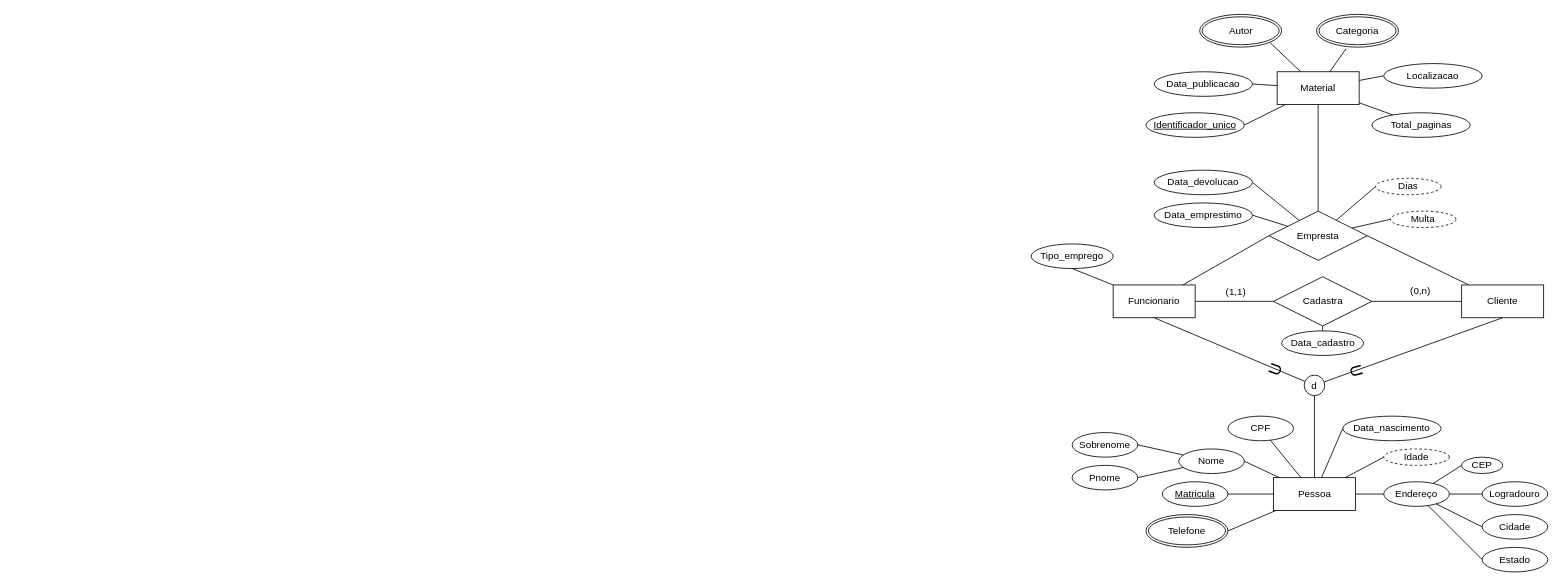
Above: DER_Biblioteca.drawio in robsonsan/DER_biblioteca (draw.io), before the change. Source tidied: cells renumbered, new cells numbered last; positions are measured from the earlier drawing's top-left corner, leaving out a move shared by most shapes. Both pictures are drawn from the tidied source at 82%, with x=0, y=0 at pixel (1031, 14).
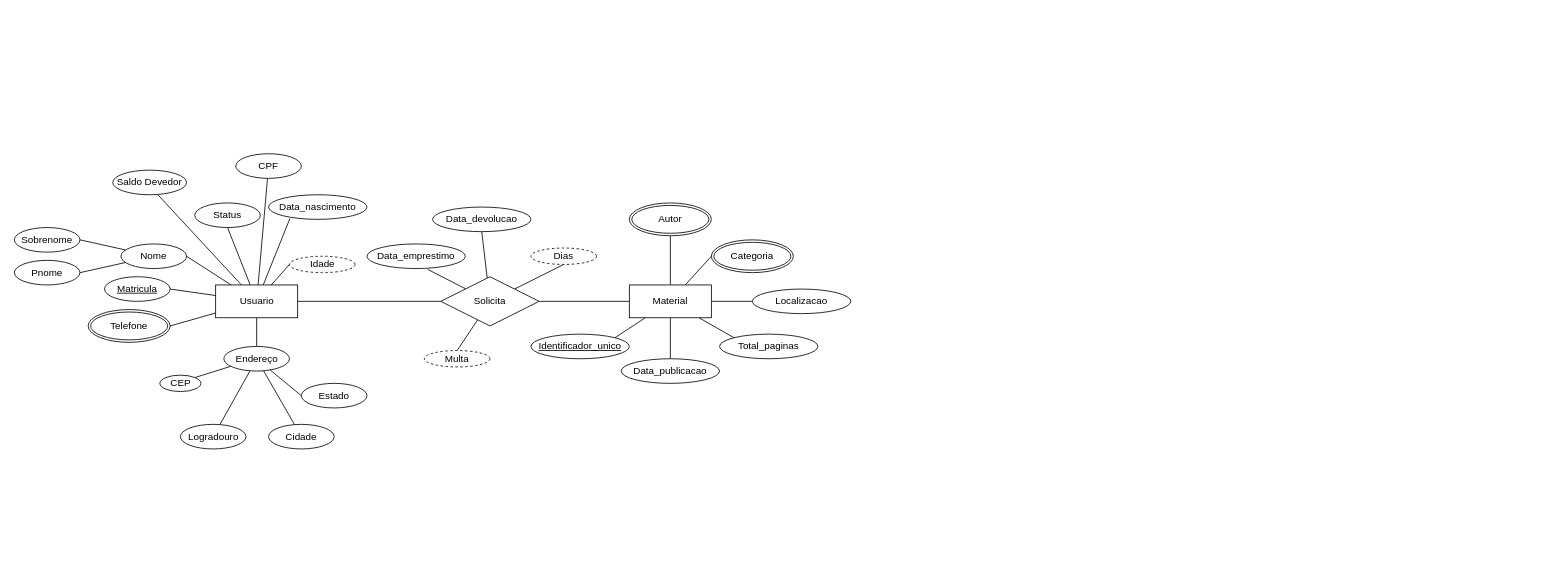
The same page after the edit.

Commit message:
Simplificando DER

The edit, as a diff of the source:
```diff
@@
-    <mxCell id="2" value="Tipo_emprego" style="ellipse;whiteSpace=wrap;html=1;" parent="1" vertex="1">
-      <mxGeometry y="280" width="100" height="30" as="geometry" />
-    </mxCell>
+    <mxCell id="49" style="edgeStyle=none;rounded=0;jettySize=auto;html=1;entryX=0.617;entryY=1.033;entryDx=0;entryDy=0;entryPerimeter=0;endArrow=none;endFill=0;" parent="1" edge="1" source="53" target="67">
+      <mxGeometry relative="1" as="geometry" />
+    </mxCell>
+    <mxCell id="50" style="edgeStyle=none;rounded=0;jettySize=auto;html=1;entryX=0.5;entryY=1;entryDx=0;entryDy=0;endArrow=none;endFill=0;" parent="1" edge="1" source="53" target="68">
+      <mxGeometry relative="1" as="geometry" />
+    </mxCell>
+    <mxCell id="51" style="edgeStyle=none;rounded=0;jettySize=auto;html=1;entryX=0.5;entryY=1;entryDx=0;entryDy=0;endArrow=none;endFill=0;" parent="1" edge="1" source="53" target="69">
+      <mxGeometry relative="1" as="geometry" />
+    </mxCell>
+    <mxCell id="52" style="edgeStyle=none;rounded=0;jettySize=auto;html=1;entryX=0.5;entryY=0;entryDx=0;entryDy=0;endArrow=none;endFill=0;" parent="1" edge="1" source="53" target="70">
+      <mxGeometry relative="1" as="geometry" />
+    </mxCell>
+    <mxCell id="48" style="edgeStyle=none;rounded=0;jettySize=auto;html=1;entryX=0;entryY=0.5;entryDx=0;entryDy=0;endArrow=none;endFill=0;" parent="1" edge="1" source="53" target="60">
+      <mxGeometry relative="1" as="geometry" />
+    </mxCell>
+    <mxCell id="53" value="Solicita" style="shape=rhombus;perimeter=rhombusPerimeter;whiteSpace=wrap;html=1;align=center;fontSize=12;" parent="1" vertex="1">
+      <mxGeometry x="-720" y="320" width="120" height="60" as="geometry" />
+    </mxCell>
+    <mxCell id="67" value="Data_emprestimo" style="ellipse;whiteSpace=wrap;html=1;" parent="1" vertex="1">
+      <mxGeometry x="-810" y="280" width="120" height="30" as="geometry" />
+    </mxCell>
+    <mxCell id="68" value="Data_devolucao" style="ellipse;whiteSpace=wrap;html=1;" parent="1" vertex="1">
+      <mxGeometry x="-730" y="235" width="120" height="30" as="geometry" />
+    </mxCell>
+    <mxCell id="69" value="Dias" style="ellipse;whiteSpace=wrap;html=1;align=center;dashed=1;fontSize=12;" parent="1" vertex="1">
+      <mxGeometry x="-610" y="285" width="80" height="20" as="geometry" />
+    </mxCell>
+    <mxCell id="70" value="Multa" style="ellipse;whiteSpace=wrap;html=1;align=center;dashed=1;fontSize=12;" parent="1" vertex="1">
+      <mxGeometry x="-740" y="410" width="80" height="20" as="geometry" />
+    </mxCell>
     <mxCell id="3" value="CPF" style="ellipse;whiteSpace=wrap;html=1;fontStyle=0;" parent="1" vertex="1">
-      <mxGeometry x="240" y="490" width="80" height="30" as="geometry" />
+      <mxGeometry x="-970" y="170" width="80" height="30" as="geometry" />
     </mxCell>
@@
+    <mxCell id="27" style="edgeStyle=none;rounded=0;jettySize=auto;html=1;entryX=0.5;entryY=0;entryDx=0;entryDy=0;endArrow=none;endFill=0;" parent="1" edge="1" source="5" target="26">
+      <mxGeometry relative="1" as="geometry" />
+    </mxCell>
+    <mxCell id="71" style="edgeStyle=none;rounded=0;jettySize=auto;html=1;entryX=0;entryY=0.5;entryDx=0;entryDy=0;endArrow=none;endFill=0;" parent="1" edge="1" source="5" target="53">
+      <mxGeometry relative="1" as="geometry" />
+    </mxCell>
+    <mxCell id="25" style="edgeStyle=none;rounded=0;jettySize=auto;html=1;entryX=0.217;entryY=0.967;entryDx=0;entryDy=0;entryPerimeter=0;endArrow=none;endFill=0;" parent="1" edge="1" source="5" target="24">
+      <mxGeometry relative="1" as="geometry" />
+    </mxCell>
+    <mxCell id="72" style="edgeStyle=none;rounded=0;jettySize=auto;html=1;entryX=0.5;entryY=1;entryDx=0;entryDy=0;endArrow=none;endFill=0;" parent="1" edge="1" source="5" target="74">
+      <mxGeometry relative="1" as="geometry" />
+    </mxCell>
+    <mxCell id="73" style="edgeStyle=none;rounded=0;jettySize=auto;html=1;entryX=0.611;entryY=1;entryDx=0;entryDy=0;entryPerimeter=0;endArrow=none;endFill=0;" parent="1" edge="1" source="5" target="75">
+      <mxGeometry relative="1" as="geometry" />
+    </mxCell>
-    <mxCell id="5" value="Pessoa" style="whiteSpace=wrap;html=1;align=center;" parent="1" vertex="1">
-      <mxGeometry x="295.5" y="565" width="100" height="40" as="geometry" />
+    <mxCell id="5" value="Usuario" style="whiteSpace=wrap;html=1;align=center;" parent="1" vertex="1">
+      <mxGeometry x="-994.5" y="330" width="100" height="40" as="geometry" />
     </mxCell>
-    <mxCell id="6" style="edgeStyle=none;rounded=1;sketch=0;jumpStyle=none;jettySize=auto;html=1;entryX=0.5;entryY=1;entryDx=0;entryDy=0;fontSize=12;startArrow=none;startFill=0;endArrow=none;endFill=0;strokeColor=default;" parent="1" edge="1" source="8" target="2">
-      <mxGeometry relative="1" as="geometry" />
-    </mxCell>
-    <mxCell id="7" style="edgeStyle=none;rounded=1;sketch=0;jumpStyle=none;jettySize=auto;html=1;entryX=0;entryY=0.5;entryDx=0;entryDy=0;fontSize=12;startArrow=none;startFill=0;endArrow=none;endFill=0;strokeColor=default;" parent="1" edge="1" source="8" target="53">
-      <mxGeometry relative="1" as="geometry" />
-    </mxCell>
-    <mxCell id="8" value="Funcionario" style="whiteSpace=wrap;html=1;align=center;" parent="1" vertex="1">
-      <mxGeometry x="100" y="330" width="100" height="40" as="geometry" />
-    </mxCell>
-    <mxCell id="9" style="edgeStyle=none;rounded=0;sketch=0;jumpStyle=none;jettySize=auto;html=1;entryX=0.5;entryY=1;entryDx=0;entryDy=0;startArrow=none;startFill=0;endArrow=none;endFill=0;strokeColor=default;" parent="1" edge="1" source="10" target="8">
-      <mxGeometry relative="1" as="geometry" />
-    </mxCell>
-    <mxCell id="10" value="d" style="ellipse;whiteSpace=wrap;html=1;" parent="1" vertex="1">
-      <mxGeometry x="333" y="440" width="25" height="25" as="geometry" />
-    </mxCell>
-    <mxCell id="11" style="edgeStyle=none;rounded=0;sketch=0;jumpStyle=none;jettySize=auto;html=1;startArrow=none;startFill=0;endArrow=none;endFill=0;strokeColor=default;entryX=0.5;entryY=1;entryDx=0;entryDy=0;" parent="1" edge="1" source="5" target="10">
-      <mxGeometry relative="1" as="geometry" />
-    </mxCell>
-    <mxCell id="12" style="edgeStyle=none;rounded=1;sketch=0;jumpStyle=none;jettySize=auto;html=1;entryX=1;entryY=0.5;entryDx=0;entryDy=0;fontSize=12;startArrow=none;startFill=0;endArrow=none;endFill=0;strokeColor=default;" parent="1" edge="1" source="14" target="42">
-      <mxGeometry relative="1" as="geometry" />
-    </mxCell>
-    <mxCell id="13" style="edgeStyle=none;rounded=1;sketch=0;jumpStyle=none;jettySize=auto;html=1;entryX=1;entryY=0.5;entryDx=0;entryDy=0;fontSize=12;startArrow=none;startFill=0;endArrow=none;endFill=0;strokeColor=default;" parent="1" edge="1" source="14" target="53">
-      <mxGeometry relative="1" as="geometry" />
-    </mxCell>
-    <mxCell id="14" value="Cliente" style="whiteSpace=wrap;html=1;align=center;" parent="1" vertex="1">
-      <mxGeometry x="525" y="330" width="100" height="40" as="geometry" />
-    </mxCell>
-    <mxCell id="15" style="edgeStyle=none;rounded=0;sketch=0;jumpStyle=none;jettySize=auto;html=1;entryX=0.5;entryY=1;entryDx=0;entryDy=0;startArrow=none;startFill=0;endArrow=none;endFill=0;strokeColor=default;" parent="1" edge="1" source="10" target="14">
-      <mxGeometry relative="1" as="geometry" />
-    </mxCell>
-    <mxCell id="16" value="U" style="text;html=1;strokeColor=none;fillColor=none;align=center;verticalAlign=middle;whiteSpace=wrap;rounded=0;fontSize=20;rotation=75;" parent="1" vertex="1">
-      <mxGeometry x="358" y="420" width="80" height="30" as="geometry" />
-    </mxCell>
-    <mxCell id="17" value="U" style="text;html=1;strokeColor=none;fillColor=none;align=center;verticalAlign=middle;whiteSpace=wrap;rounded=0;fontSize=20;rotation=-70;" parent="1" vertex="1">
-      <mxGeometry x="257" y="418" width="80" height="30" as="geometry" />
-    </mxCell>
     <mxCell id="18" value="Nome" style="ellipse;whiteSpace=wrap;html=1;fontStyle=0;" parent="1" vertex="1">
-      <mxGeometry x="180" y="530" width="80" height="30" as="geometry" />
+      <mxGeometry x="-1110" y="280" width="80" height="30" as="geometry" />
     </mxCell>
@@
     <mxCell id="20" value="Pnome" style="ellipse;whiteSpace=wrap;html=1;fontStyle=0;" parent="1" vertex="1">
-      <mxGeometry x="50" y="550" width="80" height="30" as="geometry" />
+      <mxGeometry x="-1240" y="300" width="80" height="30" as="geometry" />
     </mxCell>
@@
     <mxCell id="22" value="Sobrenome" style="ellipse;whiteSpace=wrap;html=1;fontStyle=0;" parent="1" vertex="1">
-      <mxGeometry x="50" y="510" width="80" height="30" as="geometry" />
+      <mxGeometry x="-1240" y="260" width="80" height="30" as="geometry" />
     </mxCell>
@@
     <mxCell id="24" value="Data_nascimento" style="ellipse;whiteSpace=wrap;html=1;fontStyle=0;" parent="1" vertex="1">
-      <mxGeometry x="380" y="490" width="120" height="30" as="geometry" />
+      <mxGeometry x="-930" y="220" width="120" height="30" as="geometry" />
     </mxCell>
-    <mxCell id="25" style="edgeStyle=none;rounded=1;sketch=0;jumpStyle=none;jettySize=auto;html=1;entryX=0;entryY=0.5;entryDx=0;entryDy=0;fontSize=12;startArrow=none;startFill=0;endArrow=none;endFill=0;strokeColor=default;" parent="1" edge="1" source="5" target="24">
-      <mxGeometry relative="1" as="geometry" />
-    </mxCell>
+    <mxCell id="31" style="rounded=0;jettySize=auto;html=1;entryX=1;entryY=0;entryDx=0;entryDy=0;endArrow=none;endFill=0;" parent="1" edge="1" source="26" target="30">
+      <mxGeometry relative="1" as="geometry" />
+    </mxCell>
+    <mxCell id="33" style="edgeStyle=none;rounded=0;jettySize=auto;html=1;endArrow=none;endFill=0;" parent="1" edge="1" source="26" target="32">
+      <mxGeometry relative="1" as="geometry" />
+    </mxCell>
     <mxCell id="26" value="Endereço" style="ellipse;whiteSpace=wrap;html=1;fontStyle=0;" parent="1" vertex="1">
-      <mxGeometry x="430" y="570" width="80" height="30" as="geometry" />
+      <mxGeometry x="-984.5" y="405" width="80" height="30" as="geometry" />
     </mxCell>
-    <mxCell id="27" style="edgeStyle=none;rounded=1;sketch=0;jumpStyle=none;jettySize=auto;html=1;entryX=0;entryY=0.5;entryDx=0;entryDy=0;fontSize=12;startArrow=none;startFill=0;endArrow=none;endFill=0;strokeColor=default;" parent="1" edge="1" source="5" target="26">
-      <mxGeometry relative="1" as="geometry" />
-    </mxCell>
     <mxCell id="28" value="Logradouro" style="ellipse;whiteSpace=wrap;html=1;fontStyle=0;" parent="1" vertex="1">
-      <mxGeometry x="550" y="570" width="80" height="30" as="geometry" />
+      <mxGeometry x="-1037.5" y="500" width="80" height="30" as="geometry" />
     </mxCell>
@@
     <mxCell id="30" value="CEP" style="ellipse;whiteSpace=wrap;html=1;fontStyle=0;" parent="1" vertex="1">
-      <mxGeometry x="525" y="540" width="50" height="20" as="geometry" />
+      <mxGeometry x="-1062.5" y="440" width="50" height="20" as="geometry" />
     </mxCell>
-    <mxCell id="31" style="edgeStyle=none;rounded=1;sketch=0;jumpStyle=none;jettySize=auto;html=1;entryX=0;entryY=0.5;entryDx=0;entryDy=0;fontSize=12;startArrow=none;startFill=0;endArrow=none;endFill=0;strokeColor=default;" parent="1" edge="1" source="26" target="30">
-      <mxGeometry relative="1" as="geometry" />
-    </mxCell>
     <mxCell id="32" value="Cidade" style="ellipse;whiteSpace=wrap;html=1;fontStyle=0;" parent="1" vertex="1">
-      <mxGeometry x="550" y="610" width="80" height="30" as="geometry" />
+      <mxGeometry x="-930" y="500" width="80" height="30" as="geometry" />
     </mxCell>
-    <mxCell id="33" style="edgeStyle=none;rounded=1;sketch=0;jumpStyle=none;jettySize=auto;html=1;entryX=0;entryY=0.5;entryDx=0;entryDy=0;fontSize=12;startArrow=none;startFill=0;endArrow=none;endFill=0;strokeColor=default;" parent="1" edge="1" source="26" target="32">
-      <mxGeometry relative="1" as="geometry" />
-    </mxCell>
     <mxCell id="34" value="Estado" style="ellipse;whiteSpace=wrap;html=1;fontStyle=0;" parent="1" vertex="1">
-      <mxGeometry x="550" y="650" width="80" height="30" as="geometry" />
+      <mxGeometry x="-890" y="450" width="80" height="30" as="geometry" />
     </mxCell>
@@
     <mxCell id="36" value="Telefone" style="ellipse;shape=doubleEllipse;margin=3;whiteSpace=wrap;html=1;align=center;fontSize=12;" parent="1" vertex="1">
-      <mxGeometry x="140" y="610" width="100" height="40" as="geometry" />
+      <mxGeometry x="-1150" y="360" width="100" height="40" as="geometry" />
     </mxCell>
@@
     <mxCell id="38" value="Matricula" style="ellipse;whiteSpace=wrap;html=1;fontStyle=4;" parent="1" vertex="1">
-      <mxGeometry x="160" y="570" width="80" height="30" as="geometry" />
+      <mxGeometry x="-1130" y="320" width="80" height="30" as="geometry" />
     </mxCell>
@@
     <mxCell id="40" value="Idade" style="ellipse;whiteSpace=wrap;html=1;align=center;dashed=1;fontSize=12;" parent="1" vertex="1">
-      <mxGeometry x="430" y="530" width="80" height="20" as="geometry" />
+      <mxGeometry x="-904.5" y="295" width="80" height="20" as="geometry" />
     </mxCell>
-    <mxCell id="41" style="edgeStyle=none;rounded=1;sketch=0;jumpStyle=none;jettySize=auto;html=1;entryX=0.5;entryY=0;entryDx=0;entryDy=0;fontSize=12;startArrow=none;startFill=0;endArrow=none;endFill=0;strokeColor=default;" parent="1" edge="1" source="42" target="46">
-      <mxGeometry relative="1" as="geometry" />
-    </mxCell>
-    <mxCell id="42" value="Cadastra" style="shape=rhombus;perimeter=rhombusPerimeter;whiteSpace=wrap;html=1;align=center;fontSize=12;" parent="1" vertex="1">
-      <mxGeometry x="295.5" y="320" width="120" height="60" as="geometry" />
-    </mxCell>
@@
-    <mxCell id="44" value="(0,n)" style="text;html=1;strokeColor=none;fillColor=none;align=center;verticalAlign=middle;whiteSpace=wrap;rounded=0;fontSize=12;rotation=0;" parent="1" vertex="1">
-      <mxGeometry x="435" y="323" width="80" height="30" as="geometry" />
-    </mxCell>
-    <mxCell id="45" value="(1,1)" style="text;html=1;strokeColor=none;fillColor=none;align=center;verticalAlign=middle;whiteSpace=wrap;rounded=0;fontSize=12;rotation=0;" parent="1" vertex="1">
-      <mxGeometry x="210" y="324" width="80" height="30" as="geometry" />
-    </mxCell>
-    <mxCell id="46" value="Data_cadastro" style="ellipse;whiteSpace=wrap;html=1;" parent="1" vertex="1">
-      <mxGeometry x="305.5" y="386" width="100" height="30" as="geometry" />
-    </mxCell>
-    <mxCell id="47" style="edgeStyle=none;rounded=1;sketch=0;jumpStyle=none;jettySize=auto;html=1;entryX=0;entryY=0.5;entryDx=0;entryDy=0;fontSize=12;startArrow=none;startFill=0;endArrow=none;endFill=0;strokeColor=default;" parent="1" edge="1" source="8" target="42">
-      <mxGeometry relative="1" as="geometry" />
-    </mxCell>
-    <mxCell id="48" style="edgeStyle=none;rounded=1;sketch=0;jumpStyle=none;jettySize=auto;html=1;entryX=0.5;entryY=1;entryDx=0;entryDy=0;fontSize=12;startArrow=none;startFill=0;endArrow=none;endFill=0;strokeColor=default;" parent="1" edge="1" source="53" target="60">
-      <mxGeometry relative="1" as="geometry" />
-    </mxCell>
-    <mxCell id="49" style="rounded=0;jettySize=auto;html=1;entryX=1;entryY=0.5;entryDx=0;entryDy=0;endArrow=none;endFill=0;" parent="1" edge="1" source="53" target="67">
-      <mxGeometry relative="1" as="geometry" />
-    </mxCell>
-    <mxCell id="50" style="edgeStyle=none;rounded=0;jettySize=auto;html=1;entryX=1;entryY=0.5;entryDx=0;entryDy=0;endArrow=none;endFill=0;" parent="1" edge="1" source="53" target="68">
-      <mxGeometry relative="1" as="geometry" />
-    </mxCell>
-    <mxCell id="51" style="edgeStyle=none;rounded=0;jettySize=auto;html=1;endArrow=none;endFill=0;entryX=0;entryY=0.5;entryDx=0;entryDy=0;" parent="1" edge="1" source="53" target="69">
-      <mxGeometry relative="1" as="geometry" />
-    </mxCell>
-    <mxCell id="52" style="edgeStyle=none;rounded=0;jettySize=auto;html=1;entryX=0;entryY=0.5;entryDx=0;entryDy=0;endArrow=none;endFill=0;" parent="1" edge="1" source="53" target="70">
-      <mxGeometry relative="1" as="geometry" />
-    </mxCell>
-    <mxCell id="53" value="Empresta" style="shape=rhombus;perimeter=rhombusPerimeter;whiteSpace=wrap;html=1;align=center;fontSize=12;" parent="1" vertex="1">
-      <mxGeometry x="290" y="240" width="120" height="60" as="geometry" />
-    </mxCell>
-    <mxCell id="54" style="edgeStyle=none;rounded=1;sketch=0;jumpStyle=none;jettySize=auto;html=1;entryX=1;entryY=0.5;entryDx=0;entryDy=0;fontSize=12;startArrow=none;startFill=0;endArrow=none;endFill=0;strokeColor=default;" parent="1" edge="1" source="60" target="61">
-      <mxGeometry relative="1" as="geometry" />
-    </mxCell>
-    <mxCell id="55" style="edgeStyle=none;rounded=1;sketch=0;jumpStyle=none;jettySize=auto;html=1;entryX=1;entryY=0.5;entryDx=0;entryDy=0;fontSize=12;startArrow=none;startFill=0;endArrow=none;endFill=0;strokeColor=default;" parent="1" edge="1" source="60" target="62">
-      <mxGeometry relative="1" as="geometry" />
-    </mxCell>
-    <mxCell id="56" style="edgeStyle=none;rounded=1;sketch=0;jumpStyle=none;jettySize=auto;html=1;entryX=1;entryY=1;entryDx=0;entryDy=0;fontSize=12;startArrow=none;startFill=0;endArrow=none;endFill=0;strokeColor=default;" parent="1" edge="1" source="60" target="63">
+    <mxCell id="56" style="edgeStyle=none;rounded=0;jettySize=auto;html=1;endArrow=none;endFill=0;" parent="1" edge="1" source="60" target="63">
       <mxGeometry relative="1" as="geometry" />
     </mxCell>
-    <mxCell id="57" style="edgeStyle=none;rounded=1;sketch=0;jumpStyle=none;jettySize=auto;html=1;entryX=0.36;entryY=1.05;entryDx=0;entryDy=0;entryPerimeter=0;fontSize=12;startArrow=none;startFill=0;endArrow=none;endFill=0;strokeColor=default;" parent="1" edge="1" source="60" target="64">
+    <mxCell id="57" style="edgeStyle=none;rounded=0;jettySize=auto;html=1;entryX=0;entryY=0.5;entryDx=0;entryDy=0;endArrow=none;endFill=0;" parent="1" edge="1" source="60" target="64">
       <mxGeometry relative="1" as="geometry" />
     </mxCell>
-    <mxCell id="58" style="edgeStyle=none;rounded=1;sketch=0;jumpStyle=none;jettySize=auto;html=1;entryX=0;entryY=0.5;entryDx=0;entryDy=0;fontSize=12;startArrow=none;startFill=0;endArrow=none;endFill=0;strokeColor=default;" parent="1" edge="1" source="60" target="65">
+    <mxCell id="58" style="edgeStyle=none;rounded=0;jettySize=auto;html=1;entryX=0;entryY=0.5;entryDx=0;entryDy=0;endArrow=none;endFill=0;" parent="1" edge="1" source="60" target="65">
       <mxGeometry relative="1" as="geometry" />
     </mxCell>
-    <mxCell id="59" style="edgeStyle=none;rounded=1;sketch=0;jumpStyle=none;jettySize=auto;html=1;fontSize=12;startArrow=none;startFill=0;endArrow=none;endFill=0;strokeColor=default;" parent="1" edge="1" source="60" target="66">
+    <mxCell id="59" style="edgeStyle=none;rounded=0;jettySize=auto;html=1;entryX=0;entryY=0;entryDx=0;entryDy=0;endArrow=none;endFill=0;" parent="1" edge="1" source="60" target="66">
       <mxGeometry relative="1" as="geometry" />
     </mxCell>
+    <mxCell id="55" style="edgeStyle=none;rounded=0;jettySize=auto;html=1;endArrow=none;endFill=0;" parent="1" edge="1" source="60" target="62">
+      <mxGeometry relative="1" as="geometry" />
+    </mxCell>
+    <mxCell id="54" style="edgeStyle=none;rounded=0;jettySize=auto;html=1;entryX=1;entryY=0;entryDx=0;entryDy=0;endArrow=none;endFill=0;" parent="1" edge="1" source="60" target="61">
+      <mxGeometry relative="1" as="geometry" />
+    </mxCell>
     <mxCell id="60" value="Material" style="whiteSpace=wrap;html=1;align=center;" parent="1" vertex="1">
-      <mxGeometry x="300" y="70" width="100" height="40" as="geometry" />
+      <mxGeometry x="-490" y="330" width="100" height="40" as="geometry" />
     </mxCell>
     <mxCell id="61" value="Identificador_unico" style="ellipse;whiteSpace=wrap;html=1;fontStyle=4;" parent="1" vertex="1">
-      <mxGeometry x="140" y="120" width="120" height="30" as="geometry" />
+      <mxGeometry x="-610" y="390" width="120" height="30" as="geometry" />
     </mxCell>
     <mxCell id="62" value="Data_publicacao" style="ellipse;whiteSpace=wrap;html=1;" parent="1" vertex="1">
-      <mxGeometry x="150" y="70" width="120" height="30" as="geometry" />
+      <mxGeometry x="-500" y="420" width="120" height="30" as="geometry" />
     </mxCell>
     <mxCell id="63" value="Autor" style="ellipse;shape=doubleEllipse;margin=3;whiteSpace=wrap;html=1;align=center;fontSize=12;" parent="1" vertex="1">
-      <mxGeometry x="205.5" width="100" height="40" as="geometry" />
+      <mxGeometry x="-490" y="230" width="100" height="40" as="geometry" />
     </mxCell>
     <mxCell id="64" value="Categoria" style="ellipse;shape=doubleEllipse;margin=3;whiteSpace=wrap;html=1;align=center;fontSize=12;" parent="1" vertex="1">
-      <mxGeometry x="348" width="100" height="40" as="geometry" />
+      <mxGeometry x="-390" y="275" width="100" height="40" as="geometry" />
     </mxCell>
     <mxCell id="65" value="Localizacao" style="ellipse;whiteSpace=wrap;html=1;" parent="1" vertex="1">
-      <mxGeometry x="430" y="60" width="120" height="30" as="geometry" />
+      <mxGeometry x="-340" y="335" width="120" height="30" as="geometry" />
     </mxCell>
     <mxCell id="66" value="Total_paginas" style="ellipse;whiteSpace=wrap;html=1;" parent="1" vertex="1">
-      <mxGeometry x="415.5" y="120" width="120" height="30" as="geometry" />
+      <mxGeometry x="-380" y="390" width="120" height="30" as="geometry" />
     </mxCell>
-    <mxCell id="67" value="Data_emprestimo" style="ellipse;whiteSpace=wrap;html=1;" parent="1" vertex="1">
-      <mxGeometry x="150" y="230" width="120" height="30" as="geometry" />
-    </mxCell>
-    <mxCell id="68" value="Data_devolucao" style="ellipse;whiteSpace=wrap;html=1;" parent="1" vertex="1">
-      <mxGeometry x="150" y="190" width="120" height="30" as="geometry" />
-    </mxCell>
-    <mxCell id="69" value="Dias" style="ellipse;whiteSpace=wrap;html=1;align=center;dashed=1;fontSize=12;" parent="1" vertex="1">
-      <mxGeometry x="420" y="200" width="80" height="20" as="geometry" />
-    </mxCell>
-    <mxCell id="70" value="Multa" style="ellipse;whiteSpace=wrap;html=1;align=center;dashed=1;fontSize=12;" parent="1" vertex="1">
-      <mxGeometry x="438" y="240" width="80" height="20" as="geometry" />
-    </mxCell>
+    <mxCell id="74" value="Status" style="ellipse;whiteSpace=wrap;html=1;fontStyle=0;" parent="1" vertex="1">
+      <mxGeometry x="-1020" y="230" width="80" height="30" as="geometry" />
+    </mxCell>
+    <mxCell id="75" value="Saldo Devedor" style="ellipse;whiteSpace=wrap;html=1;fontStyle=0;" parent="1" vertex="1">
+      <mxGeometry x="-1120" y="190" width="90" height="30" as="geometry" />
+    </mxCell>
```
